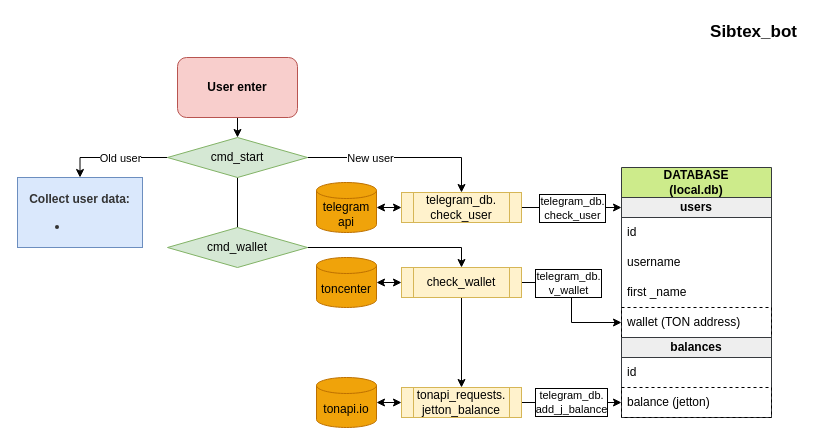
traptor/Sibton keeps this draw.io diagram as sibtex_bot.drawio. Above is the earlier version. Source tidied: cells renumbered, new cells numbered last; positions are measured from the earlier drawing's top-left corner, leaving out a move shared by most shapes. Both pictures are drawn from the tidied source at 100%, with x=0, y=0 at pixel (17, 17).
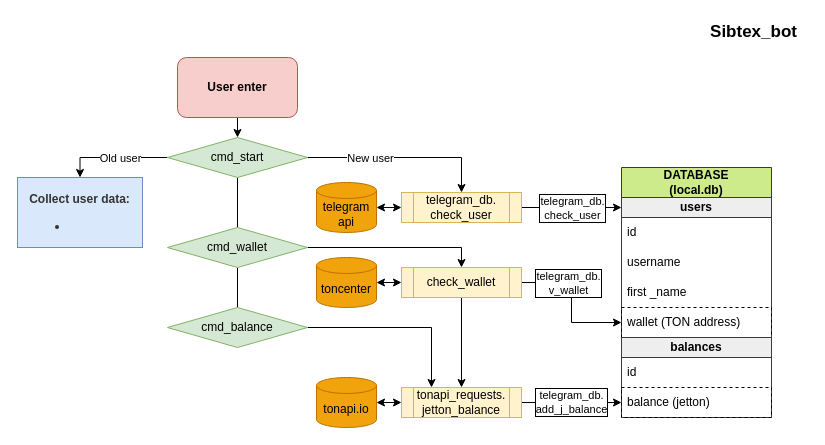
The same page after the edit.

The change refers to these unchanged cells:
```xml
<mxCell id="23" value="tonapi_requests.&lt;br&gt;jetton_balance" style="shape=process;whiteSpace=wrap;html=1;backgroundOutline=1;fillColor=#fff2cc;strokeColor=#d6b656;" parent="1" vertex="1">
  <mxGeometry x="384" y="370" width="120" height="30" as="geometry" />
</mxCell>
<mxCell id="37" value="cmd_wallet" style="rhombus;whiteSpace=wrap;html=1;labelBackgroundColor=none;labelBorderColor=none;fillColor=#d5e8d4;strokeColor=#82b366;" parent="1" vertex="1">
  <mxGeometry x="150" y="210" width="140" height="40" as="geometry" />
</mxCell>
```

The edit, as a diff of the source:
```diff
@@
+    <mxCell id="38" style="edgeStyle=orthogonalEdgeStyle;rounded=0;jettySize=auto;html=1;exitX=0.5;exitY=1;exitDx=0;exitDy=0;labelBorderColor=default;startArrow=none;startFill=0;endArrow=none;endFill=0;entryX=0.5;entryY=0;entryDx=0;entryDy=0;" parent="1" edge="1" source="37" target="40">
+      <mxGeometry relative="1" as="geometry" />
+    </mxCell>
@@
+    <mxCell id="39" style="edgeStyle=orthogonalEdgeStyle;rounded=0;jettySize=auto;html=1;exitX=1;exitY=0.5;exitDx=0;exitDy=0;entryX=0.25;entryY=0;entryDx=0;entryDy=0;labelBorderColor=default;startArrow=none;startFill=0;endArrow=classic;endFill=1;" parent="1" edge="1" source="40" target="23">
+      <mxGeometry relative="1" as="geometry" />
+    </mxCell>
+    <mxCell id="40" value="cmd_balance" style="rhombus;whiteSpace=wrap;html=1;labelBackgroundColor=none;labelBorderColor=none;fillColor=#d5e8d4;strokeColor=#82b366;" parent="1" vertex="1">
+      <mxGeometry x="150" y="290" width="140" height="40" as="geometry" />
+    </mxCell>
```
